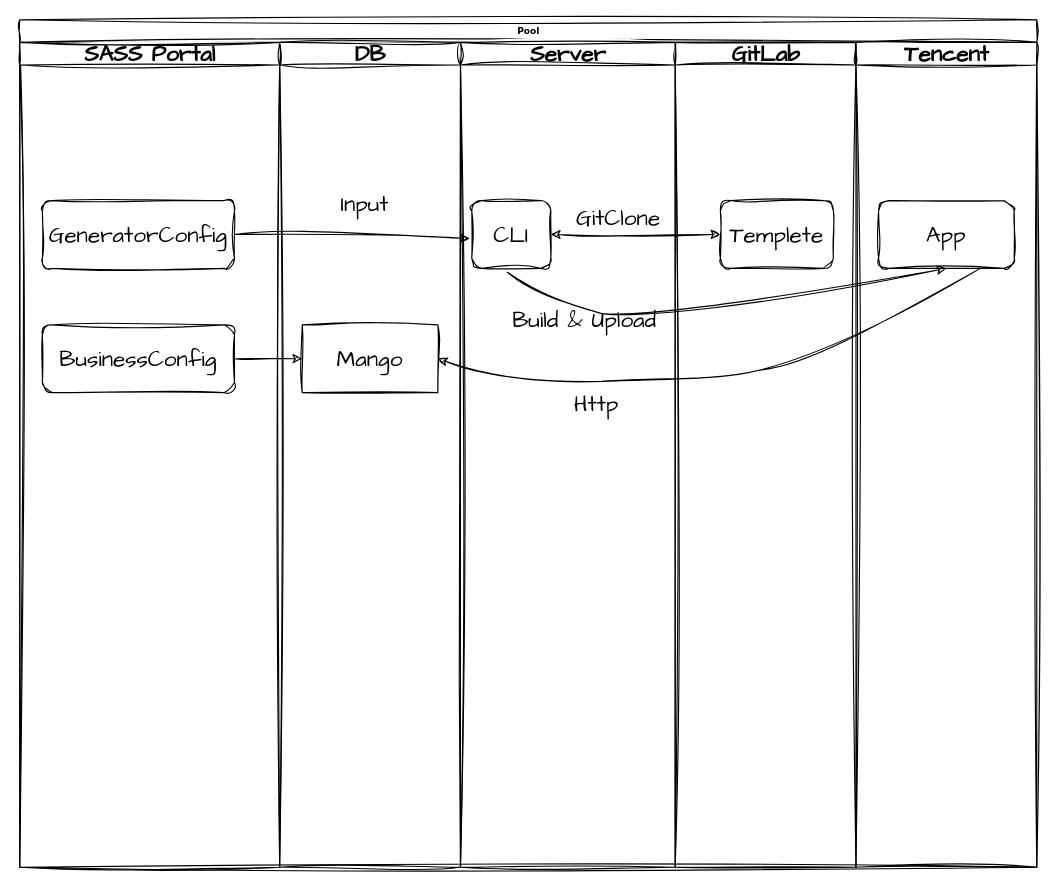
This is 小程序sass.drawio from imnot2/imnot2.github.io, a draw.io file, before an edit. Source tidied: cells renumbered, new cells numbered last; positions are measured from the earlier drawing's top-left corner, leaving out a move shared by most shapes. Both pictures are drawn from the tidied source at 113%, with x=0, y=0 at pixel (19, 19).
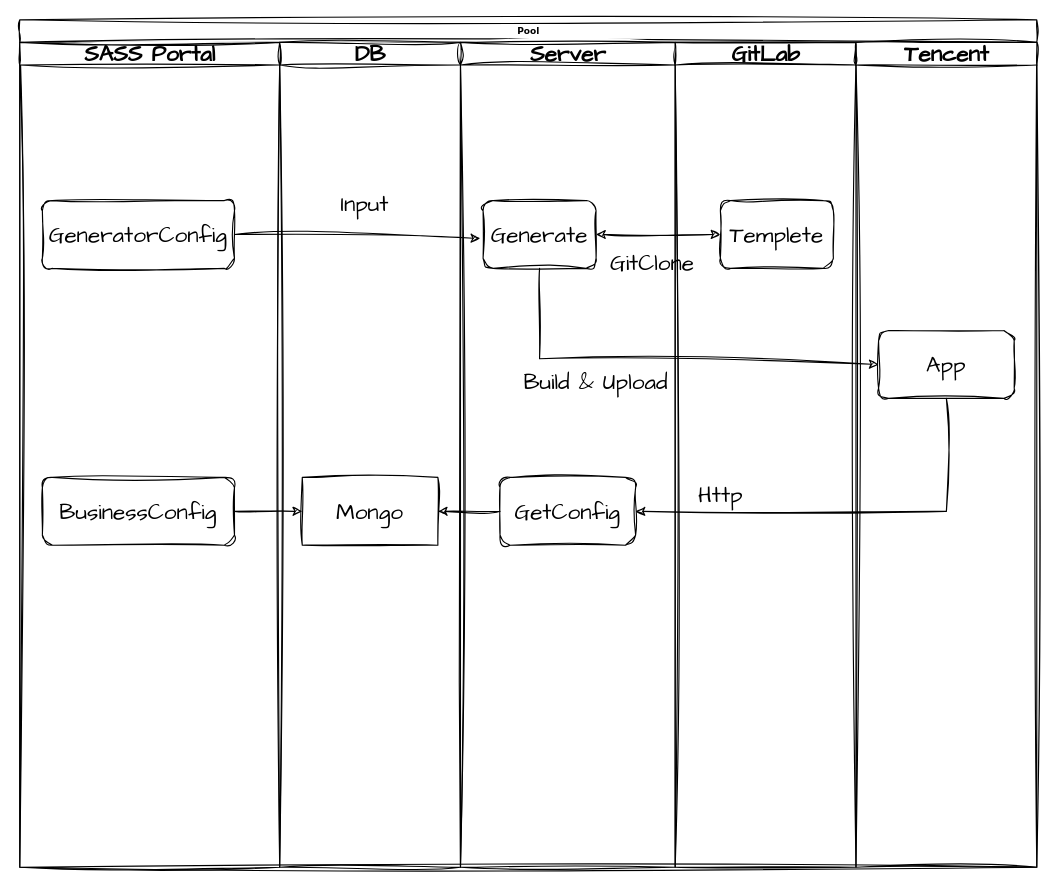
After the change.

Commit message (it also covers changes not shown here):
更新小程序sass.drawio

The change refers to these unchanged cells:
```xml
<mxCell id="2" value="Pool" style="swimlane;html=1;startSize=20;rounded=0;shadow=0;labelBackgroundColor=none;strokeWidth=1;fontFamily=Verdana;fontSize=8;align=center;sketch=1;hachureGap=4;jiggle=2;curveFitting=1;" parent="1" vertex="1">
  <mxGeometry width="900" height="750" as="geometry" />
</mxCell>
<mxCell id="3" value="SASS Portal" style="swimlane;html=1;startSize=20;sketch=1;hachureGap=4;jiggle=2;curveFitting=1;fontFamily=Architects Daughter;fontSize=20;" parent="2" vertex="1">
  <mxGeometry y="20" width="230" height="730" as="geometry" />
</mxCell>
<mxCell id="6" value="DB" style="swimlane;html=1;startSize=20;sketch=1;hachureGap=4;jiggle=2;curveFitting=1;fontFamily=Architects Daughter;fontSize=20;" parent="2" vertex="1">
  <mxGeometry x="230" y="20" width="160" height="730" as="geometry" />
</mxCell>
<mxCell id="9" value="Server" style="swimlane;html=1;startSize=20;sketch=1;hachureGap=4;jiggle=2;curveFitting=1;fontFamily=Architects Daughter;fontSize=20;" parent="2" vertex="1">
  <mxGeometry x="390" y="20" width="190" height="730" as="geometry" />
</mxCell>
<mxCell id="14" value="GitLab" style="swimlane;html=1;startSize=20;sketch=1;hachureGap=4;jiggle=2;curveFitting=1;fontFamily=Architects Daughter;fontSize=20;" parent="2" vertex="1">
  <mxGeometry x="580" y="20" width="160" height="730" as="geometry" />
</mxCell>
<mxCell id="15" value="Templete" style="rounded=1;whiteSpace=wrap;html=1;sketch=1;hachureGap=4;jiggle=2;curveFitting=1;fontFamily=Architects Daughter;fontSize=20;" parent="14" vertex="1">
  <mxGeometry x="40" y="140" width="100" height="60" as="geometry" />
</mxCell>
<mxCell id="16" value="Tencent" style="swimlane;html=1;startSize=20;sketch=1;hachureGap=4;jiggle=2;curveFitting=1;fontFamily=Architects Daughter;fontSize=20;" parent="2" vertex="1">
  <mxGeometry x="740" y="20" width="160" height="730" as="geometry" />
</mxCell>
```

What changed in the source:
```diff
@@
     <mxCell id="4" value="&lt;font style=&quot;font-size: 20px;&quot; face=&quot;Architects Daughter&quot;&gt;BusinessConfig&lt;/font&gt;" style="rounded=1;whiteSpace=wrap;html=1;shadow=0;labelBackgroundColor=none;strokeWidth=1;fontFamily=Verdana;fontSize=8;align=center;sketch=1;hachureGap=4;jiggle=2;curveFitting=1;" parent="3" vertex="1">
-      <mxGeometry x="20" y="250" width="170" height="60" as="geometry" />
+      <mxGeometry x="20" y="385" width="170" height="60" as="geometry" />
     </mxCell>
@@
+    <mxCell id="22" style="edgeStyle=orthogonalEdgeStyle;rounded=0;sketch=1;hachureGap=4;jiggle=2;curveFitting=1;jettySize=auto;html=1;fontFamily=Architects Daughter;fontSize=16;entryX=0;entryY=0.5;entryDx=0;entryDy=0;" parent="2" edge="1" source="4" target="7">
+      <mxGeometry relative="1" as="geometry" />
+    </mxCell>
@@
-    <mxCell id="7" value="Mango" style="rounded=0;whiteSpace=wrap;html=1;sketch=1;hachureGap=4;jiggle=2;curveFitting=1;fontFamily=Architects Daughter;fontSize=20;" parent="6" vertex="1">
-      <mxGeometry x="20" y="250" width="120" height="60" as="geometry" />
+    <mxCell id="7" value="Mongo" style="rounded=0;whiteSpace=wrap;html=1;sketch=1;hachureGap=4;jiggle=2;curveFitting=1;fontFamily=Architects Daughter;fontSize=20;" parent="6" vertex="1">
+      <mxGeometry x="20" y="385" width="120" height="60" as="geometry" />
     </mxCell>
@@
-    <mxCell id="10" value="&lt;font style=&quot;font-size: 20px;&quot; face=&quot;Architects Daughter&quot;&gt;CLI&lt;/font&gt;" style="rounded=1;whiteSpace=wrap;html=1;shadow=0;labelBackgroundColor=none;strokeWidth=1;fontFamily=Verdana;fontSize=8;align=center;sketch=1;hachureGap=4;jiggle=2;curveFitting=1;" parent="9" vertex="1">
-      <mxGeometry x="10" y="140" width="70" height="60" as="geometry" />
+    <mxCell id="10" value="&lt;font style=&quot;font-size: 20px;&quot; face=&quot;Architects Daughter&quot;&gt;Generate&lt;/font&gt;" style="rounded=1;whiteSpace=wrap;html=1;shadow=0;labelBackgroundColor=none;strokeWidth=1;fontFamily=Verdana;fontSize=8;align=center;sketch=1;hachureGap=4;jiggle=2;curveFitting=1;" parent="9" vertex="1">
+      <mxGeometry x="20" y="140" width="100" height="60" as="geometry" />
     </mxCell>
-    <mxCell id="11" value="Http" style="text;html=1;align=center;verticalAlign=middle;strokeColor=none;fillColor=none;fontSize=20;fontFamily=Architects Daughter;" parent="9" vertex="1">
-      <mxGeometry x="90" y="300" width="60" height="40" as="geometry" />
-    </mxCell>
     <mxCell id="12" value="GitClone" style="text;html=1;strokeColor=none;fillColor=none;align=center;verticalAlign=middle;whiteSpace=wrap;rounded=0;fontSize=20;fontFamily=Architects Daughter;" parent="9" vertex="1">
-      <mxGeometry x="110" y="140" width="60" height="30" as="geometry" />
+      <mxGeometry x="140" y="180" width="60" height="30" as="geometry" />
     </mxCell>
     <mxCell id="13" value="Build &amp;amp; Upload" style="text;html=1;strokeColor=none;fillColor=none;align=center;verticalAlign=middle;whiteSpace=wrap;rounded=0;fontSize=20;fontFamily=Architects Daughter;" parent="9" vertex="1">
-      <mxGeometry x="40" y="230" width="140" height="30" as="geometry" />
+      <mxGeometry x="50" y="285" width="140" height="30" as="geometry" />
     </mxCell>
+    <mxCell id="23" value="GetConfig" style="rounded=1;whiteSpace=wrap;html=1;sketch=1;hachureGap=4;jiggle=2;curveFitting=1;fontFamily=Architects Daughter;fontSize=20;" parent="9" vertex="1">
+      <mxGeometry x="35" y="385" width="120" height="60" as="geometry" />
+    </mxCell>
+    <mxCell id="24" style="endArrow=classic;html=1;rounded=0;sketch=1;hachureGap=4;jiggle=2;curveFitting=1;fontFamily=Architects Daughter;fontSize=16;exitX=0.5;exitY=1;exitDx=0;exitDy=0;entryX=1;entryY=0.5;entryDx=0;entryDy=0;" parent="9" edge="1" source="17" target="23">
+      <mxGeometry relative="1" as="geometry">
+        <Array as="points">
+          <mxPoint x="430" y="415" />
+        </Array>
+      </mxGeometry>
+    </mxCell>
@@
+    <mxCell id="11" value="Http" style="text;html=1;align=center;verticalAlign=middle;strokeColor=none;fillColor=none;fontSize=20;fontFamily=Architects Daughter;" parent="14" vertex="1">
+      <mxGeometry x="10" y="380" width="60" height="40" as="geometry" />
+    </mxCell>
@@
     <mxCell id="17" value="App" style="rounded=1;whiteSpace=wrap;html=1;sketch=1;hachureGap=4;jiggle=2;curveFitting=1;fontFamily=Architects Daughter;fontSize=20;" parent="16" vertex="1">
-      <mxGeometry x="20" y="140" width="120" height="60" as="geometry" />
+      <mxGeometry x="20" y="255" width="120" height="60" as="geometry" />
     </mxCell>
@@
+    <mxCell id="21" style="endArrow=classic;startArrow=classic;html=1;rounded=0;sketch=1;hachureGap=4;jiggle=2;curveFitting=1;fontFamily=Architects Daughter;fontSize=16;entryX=0;entryY=0.5;entryDx=0;entryDy=0;" parent="2" edge="1" source="10" target="15">
+      <mxGeometry relative="1" as="geometry" />
+    </mxCell>
-    <mxCell id="19" style="curved=1;endArrow=classic;html=1;rounded=0;sketch=1;hachureGap=4;jiggle=2;curveFitting=1;fontFamily=Architects Daughter;fontSize=16;exitX=0.45;exitY=1.058;exitDx=0;exitDy=0;exitPerimeter=0;entryX=0.5;entryY=1;entryDx=0;entryDy=0;" parent="2" edge="1" source="10" target="17">
+    <mxCell id="19" style="endArrow=classic;html=1;rounded=0;sketch=1;hachureGap=4;jiggle=2;curveFitting=1;fontFamily=Architects Daughter;fontSize=16;exitX=0.5;exitY=1;exitDx=0;exitDy=0;entryX=0;entryY=0.5;entryDx=0;entryDy=0;" parent="2" edge="1" source="10" target="17">
       <mxGeometry relative="1" as="geometry">
         <Array as="points">
-          <mxPoint x="470" y="250" />
-          <mxPoint x="560" y="270" />
+          <mxPoint x="460" y="300" />
         </Array>
       </mxGeometry>
     </mxCell>
-    <mxCell id="20" style="curved=1;endArrow=classic;html=1;rounded=0;sketch=1;hachureGap=4;jiggle=2;curveFitting=1;fontFamily=Architects Daughter;fontSize=16;exitX=0.75;exitY=1;exitDx=0;exitDy=0;entryX=1;entryY=0.5;entryDx=0;entryDy=0;" parent="2" edge="1" source="17" target="7">
-      <mxGeometry relative="1" as="geometry">
-        <Array as="points">
-          <mxPoint x="710" y="300" />
-          <mxPoint x="600" y="320" />
-          <mxPoint x="430" y="320" />
-        </Array>
-      </mxGeometry>
-    </mxCell>
-    <mxCell id="21" style="endArrow=classic;startArrow=classic;html=1;rounded=0;sketch=1;hachureGap=4;jiggle=2;curveFitting=1;fontFamily=Architects Daughter;fontSize=16;entryX=0;entryY=0.5;entryDx=0;entryDy=0;" parent="2" edge="1" source="10" target="15">
-      <mxGeometry relative="1" as="geometry" />
-    </mxCell>
-    <mxCell id="22" style="edgeStyle=orthogonalEdgeStyle;rounded=0;sketch=1;hachureGap=4;jiggle=2;curveFitting=1;jettySize=auto;html=1;fontFamily=Architects Daughter;fontSize=16;entryX=0;entryY=0.5;entryDx=0;entryDy=0;" parent="2" edge="1" source="4" target="7">
-      <mxGeometry relative="1" as="geometry" />
-    </mxCell>
+    <mxCell id="25" style="edgeStyle=orthogonalEdgeStyle;rounded=0;sketch=1;hachureGap=4;jiggle=2;curveFitting=1;jettySize=auto;html=1;fontFamily=Architects Daughter;fontSize=16;" parent="2" edge="1" source="23" target="7">
+      <mxGeometry relative="1" as="geometry" />
+    </mxCell>
```
